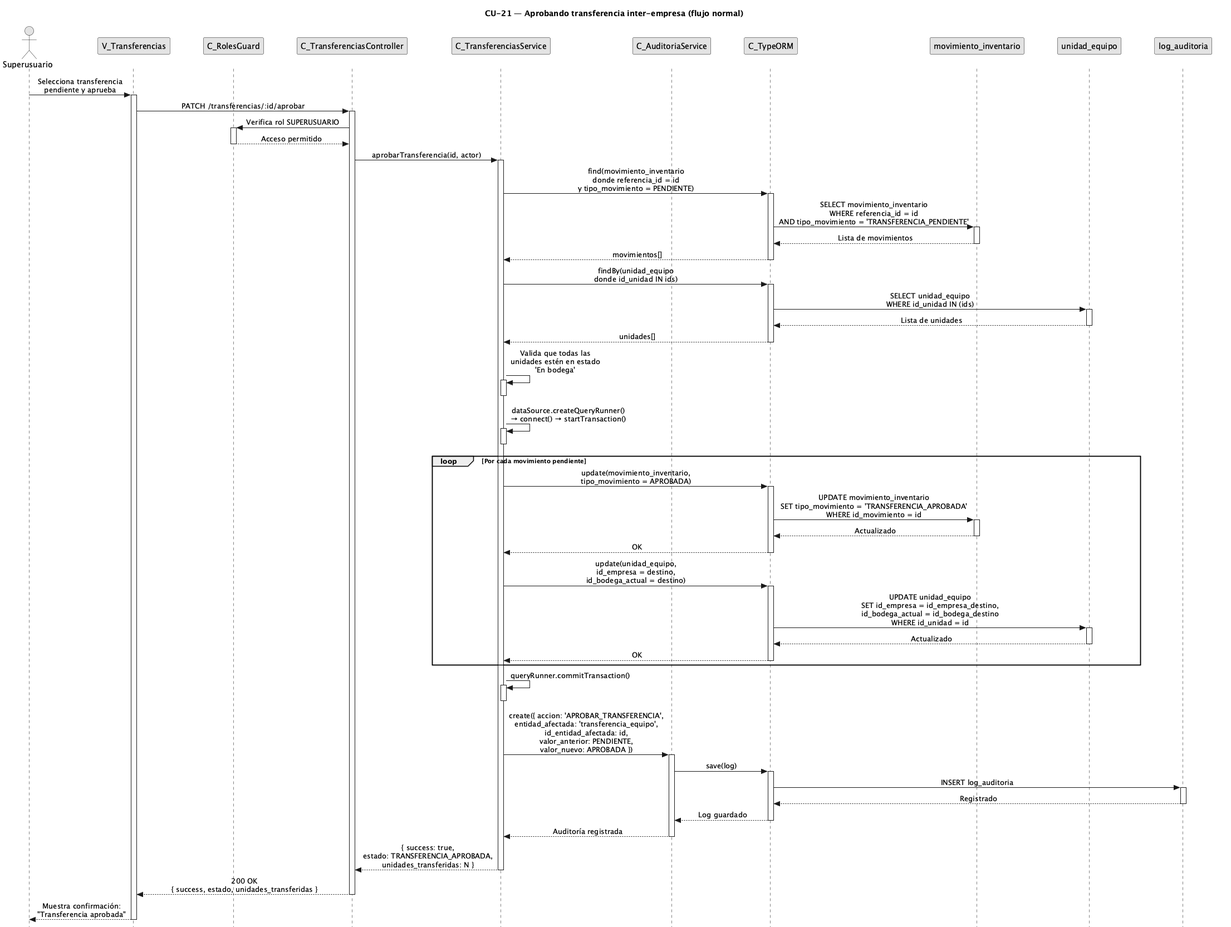
Before: diagramas/diagramas-secuencia/CU21/CU21-normal.png, a diagram exported from PlantUML (FSM-Finet-y-Cable-Magico/Team_1-Inventario-y-Bodega).
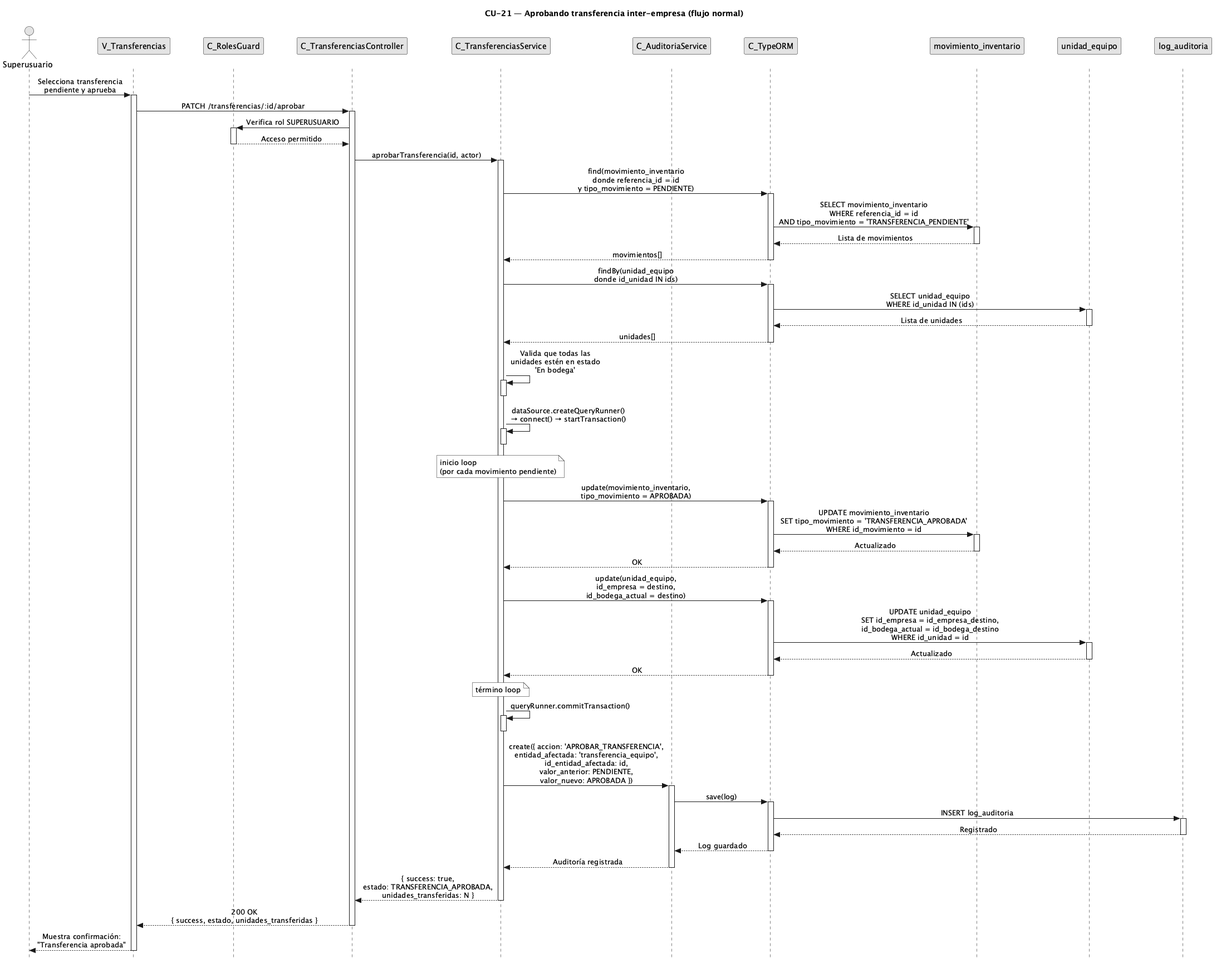
The same diagram one commit later.

The edit, as a diff of the source:
```diff
@@ -72,7 +72,7 @@
 activate svc
 deactivate svc
 
-loop Por cada movimiento pendiente
+note over svc : inicio loop\n(por cada movimiento pendiente)
   svc -> orm : update(movimiento_inventario,\ntipo_movimiento = APROBADA)
   activate orm
   orm -> mvent : UPDATE movimiento_inventario\nSET tipo_movimiento = 'TRANSFERENCIA_APROBADA'\nWHERE id_movimiento = id
@@ -90,7 +90,7 @@
   deactivate uent
   orm --> svc : OK
   deactivate orm
-end
+note over svc : término loop
 
 svc -> svc : queryRunner.commitTransaction()
 activate svc
```
